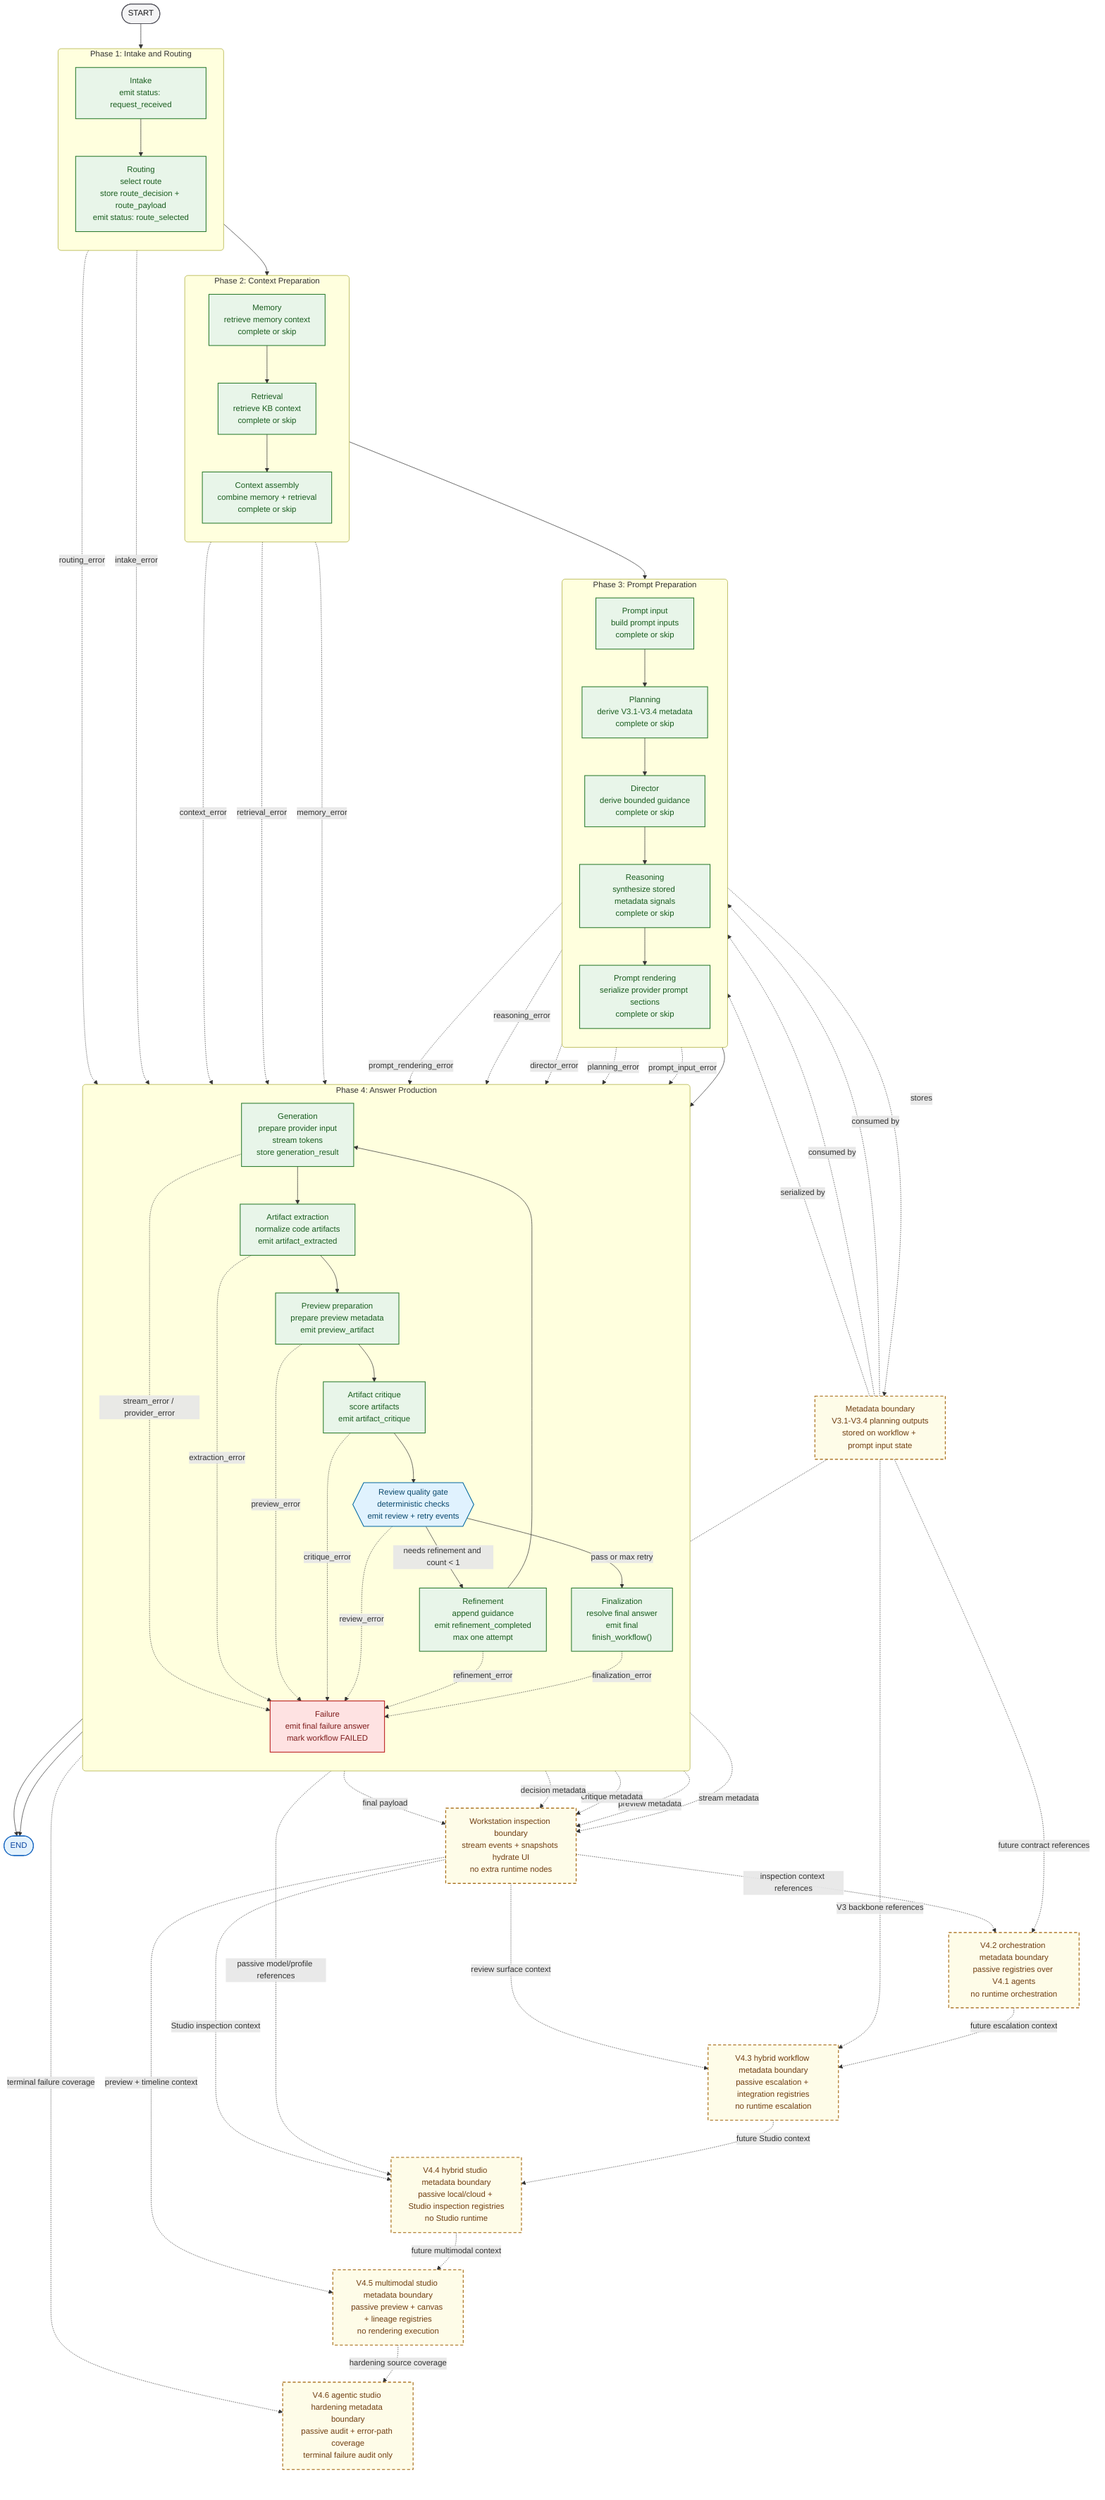
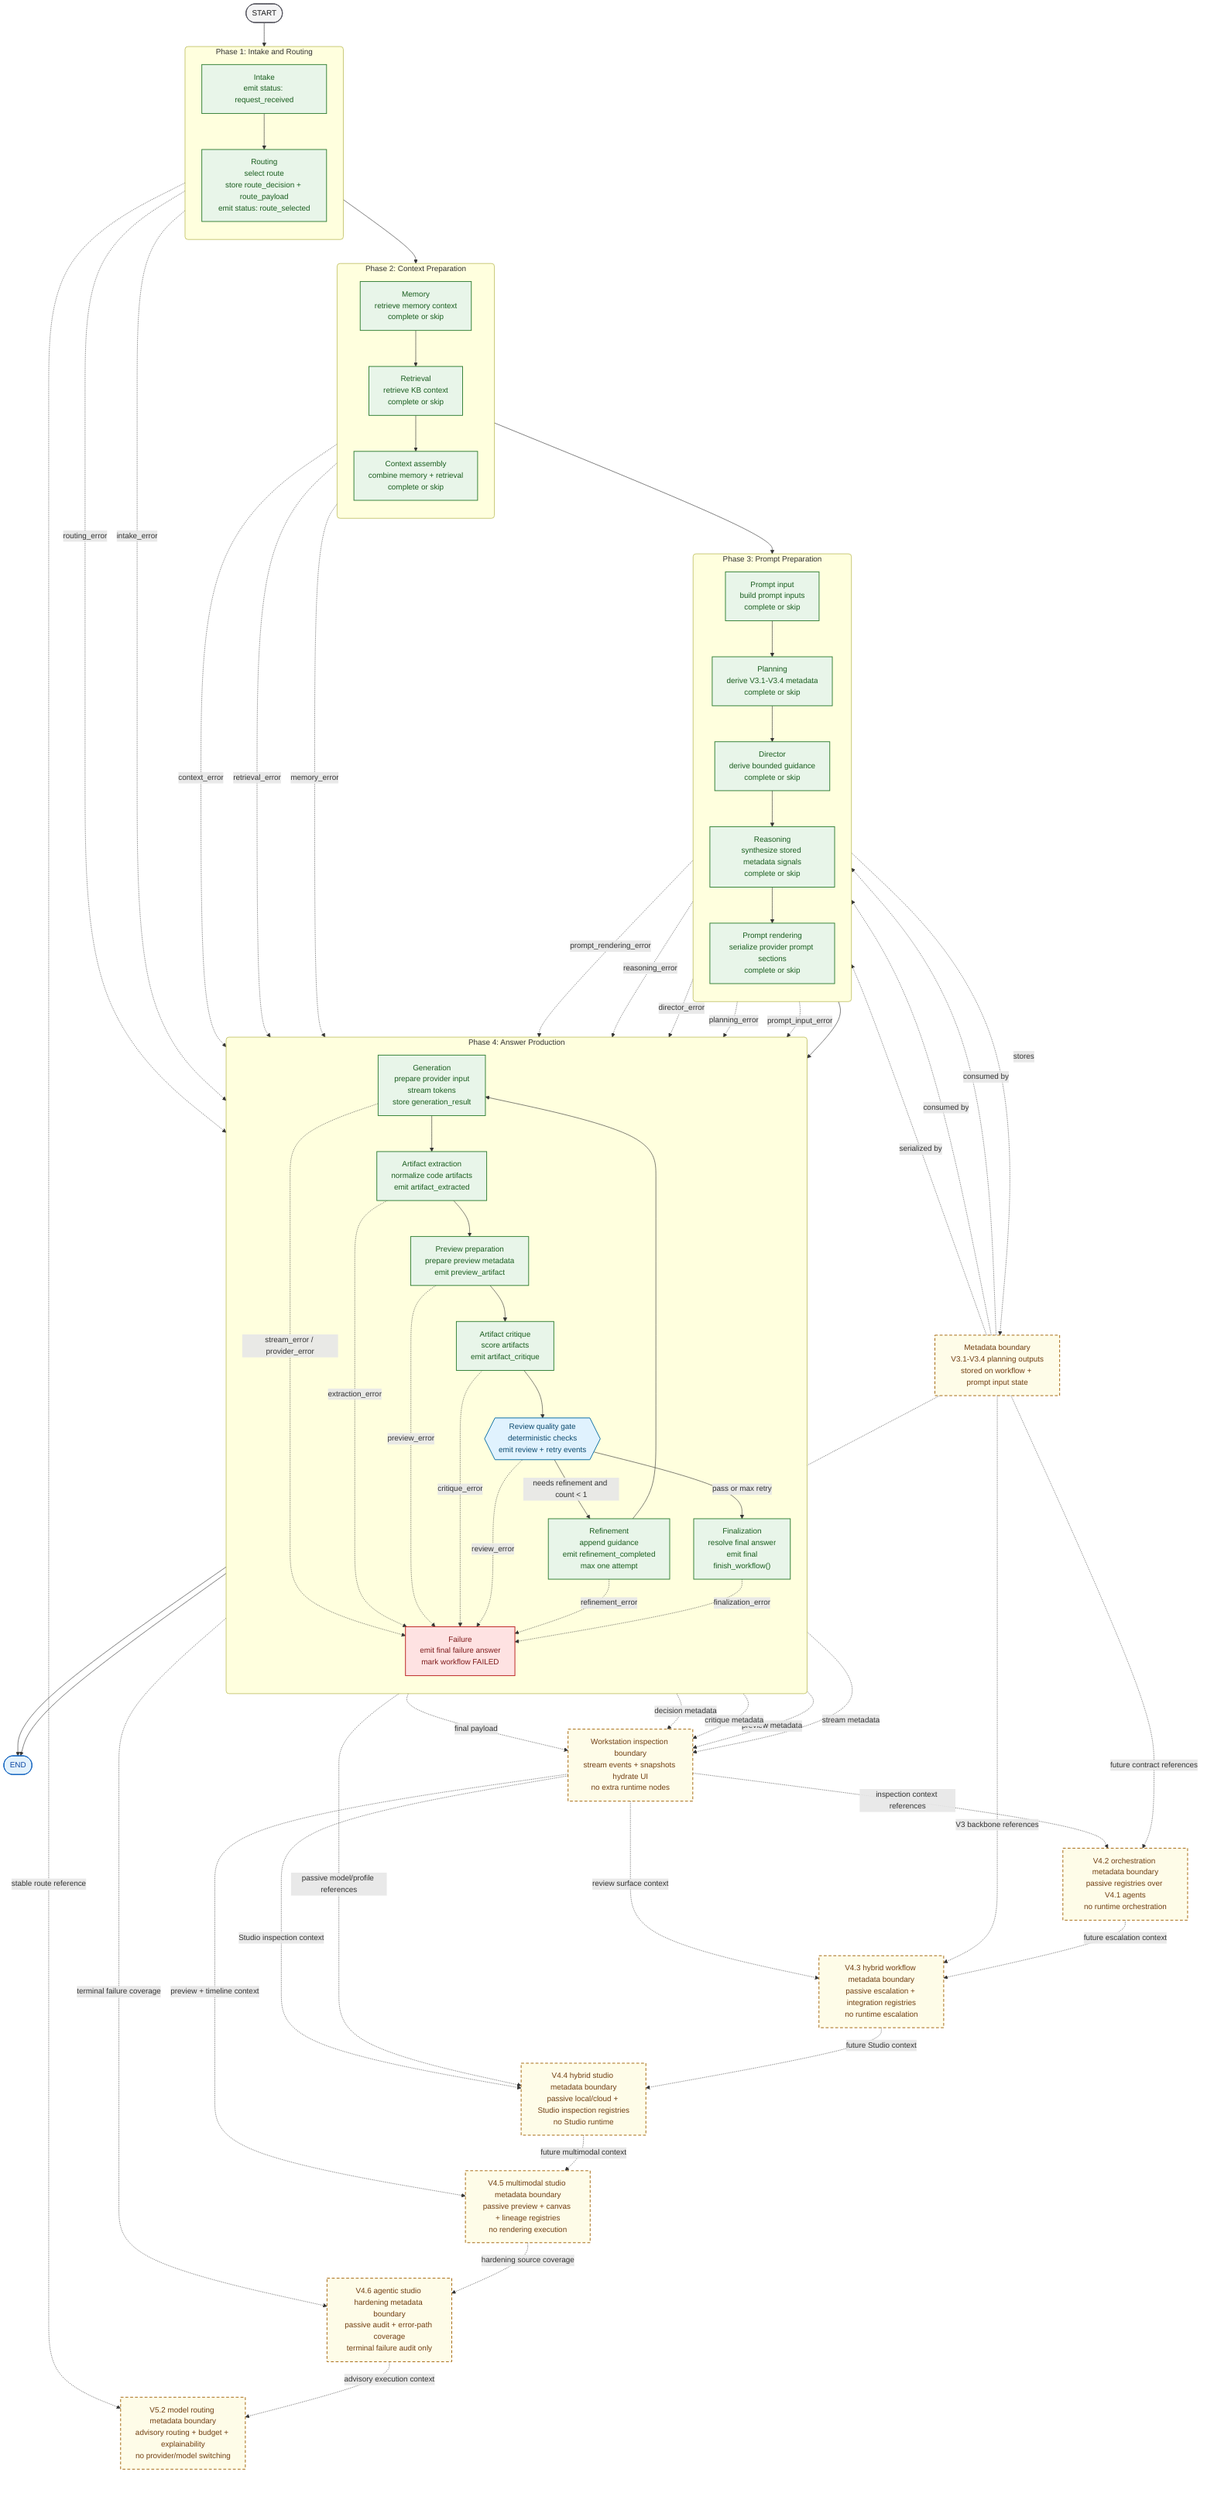
flowchart TB
    %% Class palette
    classDef boundary fill:#F4F4F5,stroke:#52525B,color:#18181B,stroke-width:1.5px;
    classDef implemented fill:#E8F5E9,stroke:#2E7D32,color:#1B5E20,stroke-width:1.5px;
    classDef gate fill:#E0F2FE,stroke:#0369A1,color:#0C4A6E,stroke-width:1.5px;
    classDef failure fill:#FEE2E2,stroke:#B91C1C,color:#7F1D1D,stroke-width:1.5px;
    classDef terminal fill:#E3F2FD,stroke:#1565C0,color:#0D47A1,stroke-width:1.5px;
    classDef relationship fill:#FEFCE8,stroke:#A16207,color:#713F12,stroke-width:1.5px,stroke-dasharray: 6 4;

    %% Terminal nodes
    start([START])
    finish([END])

    %% Runtime phases
    subgraph phase_1["Phase 1: Intake and Routing"]
        direction TB
        intake["Intake<br/>emit status: request_received"]
        routing["Routing<br/>select route<br/>store route_decision + route_payload<br/>emit status: route_selected"]
    end

    subgraph phase_2["Phase 2: Context Preparation"]
        direction TB
        memory["Memory<br/>retrieve memory context<br/>complete or skip"]
        retrieval["Retrieval<br/>retrieve KB context<br/>complete or skip"]
        context_assembly["Context assembly<br/>combine memory + retrieval<br/>complete or skip"]
    end

    subgraph phase_3["Phase 3: Prompt Preparation"]
        direction TB
        prompt_input["Prompt input<br/>build prompt inputs<br/>complete or skip"]
        planning["Planning<br/>derive V3.1-V3.4 metadata<br/>complete or skip"]
        director["Director<br/>derive bounded guidance<br/>complete or skip"]
        reasoning["Reasoning<br/>synthesize stored metadata signals<br/>complete or skip"]
        prompt_rendering["Prompt rendering<br/>serialize provider prompt sections<br/>complete or skip"]
    end

    subgraph phase_4["Phase 4: Answer Production"]
        direction TB
        generation["Generation<br/>prepare provider input<br/>stream tokens<br/>store generation_result"]
        artifact_extraction["Artifact extraction<br/>normalize code artifacts<br/>emit artifact_extracted"]
        preview_preparation["Preview preparation<br/>prepare preview metadata<br/>emit preview_artifact"]
        artifact_critique["Artifact critique<br/>score artifacts<br/>emit artifact_critique"]
        review{{"Review quality gate<br/>deterministic checks<br/>emit review + retry events"}}
        refinement["Refinement<br/>append guidance<br/>emit refinement_completed<br/>max one attempt"]
        finalization["Finalization<br/>resolve final answer<br/>emit final<br/>finish_workflow()"]
        failure["Failure<br/>emit final failure answer<br/>mark workflow FAILED"]
    end

    %% Documentation boundaries
    metadata_boundary["Metadata boundary<br/>V3.1-V3.4 planning outputs<br/>stored on workflow + prompt input state"]:::relationship
    workstation_boundary["Workstation inspection boundary<br/>stream events + snapshots hydrate UI<br/>no extra runtime nodes"]:::relationship
    orchestration_boundary["V4.2 orchestration metadata boundary<br/>passive registries over V4.1 agents<br/>no runtime orchestration"]:::relationship
    hybrid_workflow_boundary["V4.3 hybrid workflow metadata boundary<br/>passive escalation + integration registries<br/>no runtime escalation"]:::relationship
    hybrid_studio_boundary["V4.4 hybrid studio metadata boundary<br/>passive local/cloud + Studio inspection registries<br/>no Studio runtime"]:::relationship
    multimodal_studio_boundary["V4.5 multimodal studio metadata boundary<br/>passive preview + canvas + lineage registries<br/>no rendering execution"]:::relationship
    hardening_boundary["V4.6 agentic studio hardening metadata boundary<br/>passive audit + error-path coverage<br/>terminal failure audit only"]:::relationship
+     model_routing_boundary["V5.2 model routing metadata boundary<br/>advisory routing + budget + explainability<br/>no provider/model switching"]:::relationship

    %% Main success path
    start --> intake --> routing --> memory --> retrieval --> context_assembly --> prompt_input --> planning --> director --> reasoning --> prompt_rendering --> generation --> artifact_extraction --> preview_preparation --> artifact_critique --> review
    review -->|"pass or max retry"| finalization --> finish
    review -->|"needs refinement and count < 1"| refinement --> generation

    %% Metadata and inspection boundaries
    planning -. stores .-> metadata_boundary
    metadata_boundary -. consumed by .-> director
    metadata_boundary -. consumed by .-> reasoning
    metadata_boundary -. serialized by .-> prompt_rendering
    artifact_extraction -. stream metadata .-> workstation_boundary
    preview_preparation -. preview metadata .-> workstation_boundary
    artifact_critique -. critique metadata .-> workstation_boundary
    review -. decision metadata .-> workstation_boundary
    finalization -. final payload .-> workstation_boundary
    metadata_boundary -. future contract references .-> orchestration_boundary
    workstation_boundary -. inspection context references .-> orchestration_boundary
    orchestration_boundary -. future escalation context .-> hybrid_workflow_boundary
    metadata_boundary -. V3 backbone references .-> hybrid_workflow_boundary
    workstation_boundary -. review surface context .-> hybrid_workflow_boundary
    hybrid_workflow_boundary -. future Studio context .-> hybrid_studio_boundary
    metadata_boundary -. passive model/profile references .-> hybrid_studio_boundary
    workstation_boundary -. Studio inspection context .-> hybrid_studio_boundary
    hybrid_studio_boundary -. future multimodal context .-> multimodal_studio_boundary
    workstation_boundary -. preview + timeline context .-> multimodal_studio_boundary
    multimodal_studio_boundary -. hardening source coverage .-> hardening_boundary
    failure -. terminal failure coverage .-> hardening_boundary
+     hardening_boundary -. advisory execution context .-> model_routing_boundary
+     routing -. stable route reference .-> model_routing_boundary

    %% Failure paths
    intake -. intake_error .-> failure
    routing -. routing_error .-> failure
    memory -. memory_error .-> failure
    retrieval -. retrieval_error .-> failure
    context_assembly -. context_error .-> failure
    prompt_input -. prompt_input_error .-> failure
    planning -. planning_error .-> failure
    director -. director_error .-> failure
    reasoning -. reasoning_error .-> failure
    prompt_rendering -. prompt_rendering_error .-> failure
    generation -. stream_error / provider_error .-> failure
    artifact_extraction -. extraction_error .-> failure
    preview_preparation -. preview_error .-> failure
    artifact_critique -. critique_error .-> failure
    review -. review_error .-> failure
    refinement -. refinement_error .-> failure
    finalization -. finalization_error .-> failure
    failure --> finish

    %% Node classes
    class start boundary
    class finish terminal
    class intake,routing,memory,retrieval,context_assembly,prompt_input,planning,director,reasoning,prompt_rendering,generation,artifact_extraction,preview_preparation,artifact_critique,refinement,finalization implemented
    class review gate
    class failure failure
-     class metadata_boundary,workstation_boundary,orchestration_boundary,hybrid_workflow_boundary,hybrid_studio_boundary,multimodal_studio_boundary,hardening_boundary relationship
+     class metadata_boundary,workstation_boundary,orchestration_boundary,hybrid_workflow_boundary,hybrid_studio_boundary,multimodal_studio_boundary,hardening_boundary,model_routing_boundary relationship

    %% Subgraph styling
    style phase_1 rx:6px,ry:6px
    style phase_2 rx:6px,ry:6px
    style phase_3 rx:6px,ry:6px
    style phase_4 rx:6px,ry:6px
